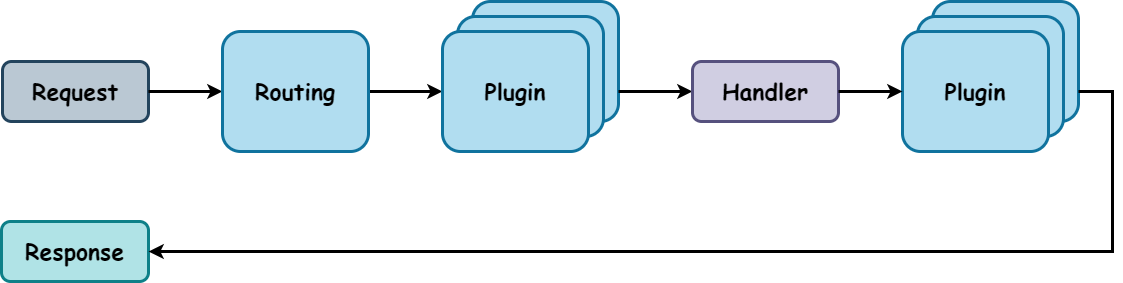
The draw.io diagram docs/imgs/ktor-server-pipeline.png in kresil/experiments, before a commit. Source tidied: cells renumbered, new cells last; positions are measured from the earlier drawing's top-left corner, leaving out a move shared by most shapes. Its diagram source:
```xml
<mxGraphModel>
  <root>
    <mxCell id="0" />
    <mxCell id="1" parent="0" />
    <mxCell id="2" value="&lt;b style=&quot;font-family: &amp;quot;Comic Sans MS&amp;quot;;&quot;&gt;&lt;font style=&quot;font-size: 23px;&quot;&gt;Plugin&lt;/font&gt;&lt;/b&gt;" style="rounded=1;whiteSpace=wrap;html=1;fillColor=#b1ddf0;strokeColor=#10739e;strokeWidth=3;" parent="1" vertex="1">
      <mxGeometry x="471" width="146" height="120" as="geometry" />
    </mxCell>
    <mxCell id="3" value="&lt;b style=&quot;font-family: &amp;quot;Comic Sans MS&amp;quot;;&quot;&gt;&lt;font style=&quot;font-size: 23px;&quot;&gt;Request&lt;/font&gt;&lt;/b&gt;" style="rounded=1;whiteSpace=wrap;html=1;fillColor=#bac8d3;strokeColor=#23445d;strokeWidth=3;" parent="1" vertex="1">
      <mxGeometry x="1" y="60" width="146" height="60" as="geometry" />
    </mxCell>
    <mxCell id="4" value="&lt;b style=&quot;font-family: &amp;quot;Comic Sans MS&amp;quot;;&quot;&gt;&lt;font style=&quot;font-size: 23px;&quot;&gt;Response&lt;/font&gt;&lt;/b&gt;" style="rounded=1;whiteSpace=wrap;html=1;fillColor=#b0e3e6;strokeColor=#0e8088;strokeWidth=3;" parent="1" vertex="1">
      <mxGeometry y="220" width="147" height="60" as="geometry" />
    </mxCell>
    <mxCell id="5" style="endArrow=classic;html=1;rounded=0;exitX=1;exitY=0.5;exitDx=0;exitDy=0;strokeWidth=3;entryX=0;entryY=0.5;entryDx=0;entryDy=0;" parent="1" edge="1" source="3">
      <mxGeometry relative="1" as="geometry">
        <mxPoint x="221" y="90" as="targetPoint" />
      </mxGeometry>
    </mxCell>
    <mxCell id="6" style="endArrow=classic;html=1;rounded=0;exitX=1;exitY=0.5;exitDx=0;exitDy=0;strokeWidth=3;entryX=0;entryY=0.5;entryDx=0;entryDy=0;" parent="1" edge="1" source="16" target="8">
      <mxGeometry relative="1" as="geometry" />
    </mxCell>
    <mxCell id="7" value="&lt;b style=&quot;font-family: &amp;quot;Comic Sans MS&amp;quot;;&quot;&gt;&lt;font style=&quot;font-size: 23px;&quot;&gt;Plugin&lt;/font&gt;&lt;/b&gt;" style="rounded=1;whiteSpace=wrap;html=1;fillColor=#b1ddf0;strokeColor=#10739e;strokeWidth=3;" parent="1" vertex="1">
      <mxGeometry x="456" y="15" width="146" height="120" as="geometry" />
    </mxCell>
    <mxCell id="8" value="&lt;div&gt;&lt;font face=&quot;Comic Sans MS&quot;&gt;&lt;span style=&quot;font-size: 23px;&quot;&gt;&lt;b&gt;Plugin&lt;/b&gt;&lt;/span&gt;&lt;/font&gt;&lt;/div&gt;" style="rounded=1;whiteSpace=wrap;html=1;fillColor=#b1ddf0;strokeColor=#10739e;strokeWidth=3;" parent="1" vertex="1">
      <mxGeometry x="441" y="30" width="146" height="120" as="geometry" />
    </mxCell>
    <mxCell id="9" style="endArrow=classic;html=1;rounded=0;exitX=1;exitY=0.75;exitDx=0;exitDy=0;strokeWidth=3;entryX=0;entryY=0.5;entryDx=0;entryDy=0;" parent="1" edge="1" source="2" target="10">
      <mxGeometry relative="1" as="geometry" />
    </mxCell>
    <mxCell id="10" value="&lt;b style=&quot;font-family: &amp;quot;Comic Sans MS&amp;quot;;&quot;&gt;&lt;font style=&quot;font-size: 23px;&quot;&gt;Handler&lt;/font&gt;&lt;/b&gt;" style="rounded=1;whiteSpace=wrap;html=1;fillColor=#d0cee2;strokeColor=#56517e;strokeWidth=3;" parent="1" vertex="1">
      <mxGeometry x="691" y="60" width="146" height="60" as="geometry" />
    </mxCell>
    <mxCell id="11" value="&lt;b style=&quot;font-family: &amp;quot;Comic Sans MS&amp;quot;;&quot;&gt;&lt;font style=&quot;font-size: 23px;&quot;&gt;Plugin&lt;/font&gt;&lt;/b&gt;" style="rounded=1;whiteSpace=wrap;html=1;fillColor=#b1ddf0;strokeColor=#10739e;strokeWidth=3;" parent="1" vertex="1">
      <mxGeometry x="931" width="146" height="120" as="geometry" />
    </mxCell>
    <mxCell id="12" value="&lt;b style=&quot;font-family: &amp;quot;Comic Sans MS&amp;quot;;&quot;&gt;&lt;font style=&quot;font-size: 23px;&quot;&gt;Plugin&lt;/font&gt;&lt;/b&gt;" style="rounded=1;whiteSpace=wrap;html=1;fillColor=#b1ddf0;strokeColor=#10739e;strokeWidth=3;" parent="1" vertex="1">
      <mxGeometry x="916" y="15" width="146" height="120" as="geometry" />
    </mxCell>
    <mxCell id="13" value="&lt;font face=&quot;Comic Sans MS&quot;&gt;&lt;span style=&quot;font-size: 23px;&quot;&gt;&lt;b&gt;Plugin&lt;/b&gt;&lt;/span&gt;&lt;/font&gt;" style="rounded=1;whiteSpace=wrap;html=1;fillColor=#b1ddf0;strokeColor=#10739e;strokeWidth=3;" parent="1" vertex="1">
      <mxGeometry x="901" y="30" width="146" height="120" as="geometry" />
    </mxCell>
    <mxCell id="14" style="endArrow=classic;html=1;rounded=0;exitX=1;exitY=0.75;exitDx=0;exitDy=0;strokeWidth=3;entryX=1;entryY=0.5;entryDx=0;entryDy=0;edgeStyle=orthogonalEdgeStyle;" parent="1" edge="1" source="11" target="4">
      <mxGeometry relative="1" as="geometry">
        <Array as="points">
          <mxPoint x="1111" y="90" />
          <mxPoint x="1111" y="250" />
        </Array>
      </mxGeometry>
    </mxCell>
    <mxCell id="15" style="endArrow=classic;html=1;rounded=0;exitX=1;exitY=0.5;exitDx=0;exitDy=0;strokeWidth=3;entryX=0;entryY=0.5;entryDx=0;entryDy=0;" parent="1" edge="1" source="10" target="13">
      <mxGeometry relative="1" as="geometry" />
    </mxCell>
    <mxCell id="16" value="&lt;div&gt;&lt;font face=&quot;Comic Sans MS&quot;&gt;&lt;span style=&quot;font-size: 23px;&quot;&gt;&lt;b&gt;Routing&lt;/b&gt;&lt;/span&gt;&lt;/font&gt;&lt;/div&gt;" style="rounded=1;whiteSpace=wrap;html=1;fillColor=#b1ddf0;strokeColor=#10739e;strokeWidth=3;" parent="1" vertex="1">
      <mxGeometry x="221" y="30" width="146" height="120" as="geometry" />
    </mxCell>
  </root>
</mxGraphModel>
```
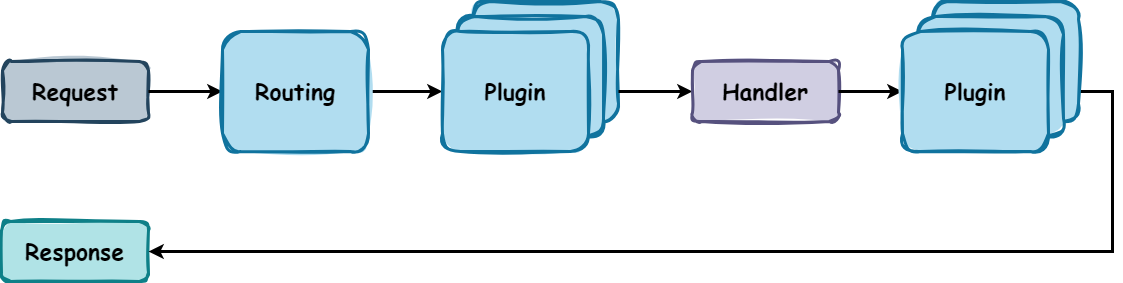
The same file after the commit.

Commit message:
📝 docs(ktor-custom-plugin): updates client pipelines description

Change to the diagram source:
```diff
@@ -2,13 +2,13 @@
   <root>
     <mxCell id="0" />
     <mxCell id="1" parent="0" />
-    <mxCell id="2" value="&lt;b style=&quot;font-family: &amp;quot;Comic Sans MS&amp;quot;;&quot;&gt;&lt;font style=&quot;font-size: 23px;&quot;&gt;Plugin&lt;/font&gt;&lt;/b&gt;" style="rounded=1;whiteSpace=wrap;html=1;fillColor=#b1ddf0;strokeColor=#10739e;strokeWidth=3;" parent="1" vertex="1">
+    <mxCell id="2" value="&lt;b style=&quot;font-family: &amp;quot;Comic Sans MS&amp;quot;;&quot;&gt;&lt;font style=&quot;font-size: 23px;&quot;&gt;Plugin&lt;/font&gt;&lt;/b&gt;" style="rounded=1;whiteSpace=wrap;html=1;fillColor=#b1ddf0;strokeColor=#10739e;strokeWidth=3;fillStyle=solid;sketch=1;curveFitting=1;jiggle=2;" parent="1" vertex="1">
       <mxGeometry x="471" width="146" height="120" as="geometry" />
     </mxCell>
-    <mxCell id="3" value="&lt;b style=&quot;font-family: &amp;quot;Comic Sans MS&amp;quot;;&quot;&gt;&lt;font style=&quot;font-size: 23px;&quot;&gt;Request&lt;/font&gt;&lt;/b&gt;" style="rounded=1;whiteSpace=wrap;html=1;fillColor=#bac8d3;strokeColor=#23445d;strokeWidth=3;" parent="1" vertex="1">
+    <mxCell id="3" value="&lt;b style=&quot;font-family: &amp;quot;Comic Sans MS&amp;quot;;&quot;&gt;&lt;font style=&quot;font-size: 23px;&quot;&gt;Request&lt;/font&gt;&lt;/b&gt;" style="rounded=1;whiteSpace=wrap;html=1;fillColor=#bac8d3;strokeColor=#23445d;strokeWidth=3;fillStyle=solid;sketch=1;curveFitting=1;jiggle=2;" parent="1" vertex="1">
       <mxGeometry x="1" y="60" width="146" height="60" as="geometry" />
     </mxCell>
-    <mxCell id="4" value="&lt;b style=&quot;font-family: &amp;quot;Comic Sans MS&amp;quot;;&quot;&gt;&lt;font style=&quot;font-size: 23px;&quot;&gt;Response&lt;/font&gt;&lt;/b&gt;" style="rounded=1;whiteSpace=wrap;html=1;fillColor=#b0e3e6;strokeColor=#0e8088;strokeWidth=3;" parent="1" vertex="1">
+    <mxCell id="4" value="&lt;b style=&quot;font-family: &amp;quot;Comic Sans MS&amp;quot;;&quot;&gt;&lt;font style=&quot;font-size: 23px;&quot;&gt;Response&lt;/font&gt;&lt;/b&gt;" style="rounded=1;whiteSpace=wrap;html=1;fillColor=#b0e3e6;strokeColor=#0e8088;strokeWidth=3;sketch=1;curveFitting=1;jiggle=2;fillStyle=solid;" parent="1" vertex="1">
       <mxGeometry y="220" width="147" height="60" as="geometry" />
     </mxCell>
     <mxCell id="5" style="endArrow=classic;html=1;rounded=0;exitX=1;exitY=0.5;exitDx=0;exitDy=0;strokeWidth=3;entryX=0;entryY=0.5;entryDx=0;entryDy=0;" parent="1" edge="1" source="3">
@@ -19,28 +19,19 @@
     <mxCell id="6" style="endArrow=classic;html=1;rounded=0;exitX=1;exitY=0.5;exitDx=0;exitDy=0;strokeWidth=3;entryX=0;entryY=0.5;entryDx=0;entryDy=0;" parent="1" edge="1" source="16" target="8">
       <mxGeometry relative="1" as="geometry" />
     </mxCell>
-    <mxCell id="7" value="&lt;b style=&quot;font-family: &amp;quot;Comic Sans MS&amp;quot;;&quot;&gt;&lt;font style=&quot;font-size: 23px;&quot;&gt;Plugin&lt;/font&gt;&lt;/b&gt;" style="rounded=1;whiteSpace=wrap;html=1;fillColor=#b1ddf0;strokeColor=#10739e;strokeWidth=3;" parent="1" vertex="1">
+    <mxCell id="7" value="&lt;b style=&quot;font-family: &amp;quot;Comic Sans MS&amp;quot;;&quot;&gt;&lt;font style=&quot;font-size: 23px;&quot;&gt;Plugin&lt;/font&gt;&lt;/b&gt;" style="rounded=1;whiteSpace=wrap;html=1;fillColor=#b1ddf0;strokeColor=#10739e;strokeWidth=3;fillStyle=solid;sketch=1;curveFitting=1;jiggle=2;" parent="1" vertex="1">
       <mxGeometry x="456" y="15" width="146" height="120" as="geometry" />
     </mxCell>
-    <mxCell id="8" value="&lt;div&gt;&lt;font face=&quot;Comic Sans MS&quot;&gt;&lt;span style=&quot;font-size: 23px;&quot;&gt;&lt;b&gt;Plugin&lt;/b&gt;&lt;/span&gt;&lt;/font&gt;&lt;/div&gt;" style="rounded=1;whiteSpace=wrap;html=1;fillColor=#b1ddf0;strokeColor=#10739e;strokeWidth=3;" parent="1" vertex="1">
+    <mxCell id="8" value="&lt;div&gt;&lt;font face=&quot;Comic Sans MS&quot;&gt;&lt;span style=&quot;font-size: 23px;&quot;&gt;&lt;b&gt;Plugin&lt;/b&gt;&lt;/span&gt;&lt;/font&gt;&lt;/div&gt;" style="rounded=1;whiteSpace=wrap;html=1;fillColor=#b1ddf0;strokeColor=#10739e;strokeWidth=3;fillStyle=solid;sketch=1;curveFitting=1;jiggle=2;" parent="1" vertex="1">
       <mxGeometry x="441" y="30" width="146" height="120" as="geometry" />
     </mxCell>
     <mxCell id="9" style="endArrow=classic;html=1;rounded=0;exitX=1;exitY=0.75;exitDx=0;exitDy=0;strokeWidth=3;entryX=0;entryY=0.5;entryDx=0;entryDy=0;" parent="1" edge="1" source="2" target="10">
       <mxGeometry relative="1" as="geometry" />
     </mxCell>
-    <mxCell id="10" value="&lt;b style=&quot;font-family: &amp;quot;Comic Sans MS&amp;quot;;&quot;&gt;&lt;font style=&quot;font-size: 23px;&quot;&gt;Handler&lt;/font&gt;&lt;/b&gt;" style="rounded=1;whiteSpace=wrap;html=1;fillColor=#d0cee2;strokeColor=#56517e;strokeWidth=3;" parent="1" vertex="1">
+    <mxCell id="10" value="&lt;b style=&quot;font-family: &amp;quot;Comic Sans MS&amp;quot;;&quot;&gt;&lt;font style=&quot;font-size: 23px;&quot;&gt;Handler&lt;/font&gt;&lt;/b&gt;" style="rounded=1;whiteSpace=wrap;html=1;fillColor=#d0cee2;strokeColor=#56517e;strokeWidth=3;sketch=1;curveFitting=1;jiggle=2;fillStyle=solid;" parent="1" vertex="1">
       <mxGeometry x="691" y="60" width="146" height="60" as="geometry" />
     </mxCell>
-    <mxCell id="11" value="&lt;b style=&quot;font-family: &amp;quot;Comic Sans MS&amp;quot;;&quot;&gt;&lt;font style=&quot;font-size: 23px;&quot;&gt;Plugin&lt;/font&gt;&lt;/b&gt;" style="rounded=1;whiteSpace=wrap;html=1;fillColor=#b1ddf0;strokeColor=#10739e;strokeWidth=3;" parent="1" vertex="1">
-      <mxGeometry x="931" width="146" height="120" as="geometry" />
-    </mxCell>
-    <mxCell id="12" value="&lt;b style=&quot;font-family: &amp;quot;Comic Sans MS&amp;quot;;&quot;&gt;&lt;font style=&quot;font-size: 23px;&quot;&gt;Plugin&lt;/font&gt;&lt;/b&gt;" style="rounded=1;whiteSpace=wrap;html=1;fillColor=#b1ddf0;strokeColor=#10739e;strokeWidth=3;" parent="1" vertex="1">
-      <mxGeometry x="916" y="15" width="146" height="120" as="geometry" />
-    </mxCell>
-    <mxCell id="13" value="&lt;font face=&quot;Comic Sans MS&quot;&gt;&lt;span style=&quot;font-size: 23px;&quot;&gt;&lt;b&gt;Plugin&lt;/b&gt;&lt;/span&gt;&lt;/font&gt;" style="rounded=1;whiteSpace=wrap;html=1;fillColor=#b1ddf0;strokeColor=#10739e;strokeWidth=3;" parent="1" vertex="1">
-      <mxGeometry x="901" y="30" width="146" height="120" as="geometry" />
-    </mxCell>
-    <mxCell id="14" style="endArrow=classic;html=1;rounded=0;exitX=1;exitY=0.75;exitDx=0;exitDy=0;strokeWidth=3;entryX=1;entryY=0.5;entryDx=0;entryDy=0;edgeStyle=orthogonalEdgeStyle;" parent="1" edge="1" source="11" target="4">
+    <mxCell id="14" style="endArrow=classic;html=1;rounded=0;strokeWidth=3;entryX=1;entryY=0.5;entryDx=0;entryDy=0;edgeStyle=orthogonalEdgeStyle;exitX=1;exitY=0.75;exitDx=0;exitDy=0;" parent="1" edge="1" source="17" target="4">
       <mxGeometry relative="1" as="geometry">
         <Array as="points">
           <mxPoint x="1111" y="90" />
@@ -48,11 +39,20 @@
         </Array>
       </mxGeometry>
     </mxCell>
-    <mxCell id="15" style="endArrow=classic;html=1;rounded=0;exitX=1;exitY=0.5;exitDx=0;exitDy=0;strokeWidth=3;entryX=0;entryY=0.5;entryDx=0;entryDy=0;" parent="1" edge="1" source="10" target="13">
+    <mxCell id="15" style="endArrow=classic;html=1;rounded=0;exitX=1;exitY=0.5;exitDx=0;exitDy=0;strokeWidth=3;entryX=0;entryY=0.5;entryDx=0;entryDy=0;" parent="1" edge="1" source="10" target="19">
       <mxGeometry relative="1" as="geometry" />
     </mxCell>
-    <mxCell id="16" value="&lt;div&gt;&lt;font face=&quot;Comic Sans MS&quot;&gt;&lt;span style=&quot;font-size: 23px;&quot;&gt;&lt;b&gt;Routing&lt;/b&gt;&lt;/span&gt;&lt;/font&gt;&lt;/div&gt;" style="rounded=1;whiteSpace=wrap;html=1;fillColor=#b1ddf0;strokeColor=#10739e;strokeWidth=3;" parent="1" vertex="1">
+    <mxCell id="16" value="&lt;div&gt;&lt;font face=&quot;Comic Sans MS&quot;&gt;&lt;span style=&quot;font-size: 23px;&quot;&gt;&lt;b&gt;Routing&lt;/b&gt;&lt;/span&gt;&lt;/font&gt;&lt;/div&gt;" style="rounded=1;whiteSpace=wrap;html=1;fillColor=#b1ddf0;strokeColor=#10739e;strokeWidth=3;fillStyle=solid;sketch=1;curveFitting=1;jiggle=2;" parent="1" vertex="1">
       <mxGeometry x="221" y="30" width="146" height="120" as="geometry" />
     </mxCell>
+    <mxCell id="17" value="&lt;b style=&quot;font-family: &amp;quot;Comic Sans MS&amp;quot;;&quot;&gt;&lt;font style=&quot;font-size: 23px;&quot;&gt;Plugin&lt;/font&gt;&lt;/b&gt;" style="rounded=1;whiteSpace=wrap;html=1;fillColor=#b1ddf0;strokeColor=#10739e;strokeWidth=3;fillStyle=solid;sketch=1;curveFitting=1;jiggle=2;" parent="1" vertex="1">
+      <mxGeometry x="931" width="146" height="120" as="geometry" />
+    </mxCell>
+    <mxCell id="18" value="&lt;b style=&quot;font-family: &amp;quot;Comic Sans MS&amp;quot;;&quot;&gt;&lt;font style=&quot;font-size: 23px;&quot;&gt;Plugin&lt;/font&gt;&lt;/b&gt;" style="rounded=1;whiteSpace=wrap;html=1;fillColor=#b1ddf0;strokeColor=#10739e;strokeWidth=3;fillStyle=solid;sketch=1;curveFitting=1;jiggle=2;" parent="1" vertex="1">
+      <mxGeometry x="916" y="15" width="146" height="120" as="geometry" />
+    </mxCell>
+    <mxCell id="19" value="&lt;div&gt;&lt;font face=&quot;Comic Sans MS&quot;&gt;&lt;span style=&quot;font-size: 23px;&quot;&gt;&lt;b&gt;Plugin&lt;/b&gt;&lt;/span&gt;&lt;/font&gt;&lt;/div&gt;" style="rounded=1;whiteSpace=wrap;html=1;fillColor=#b1ddf0;strokeColor=#10739e;strokeWidth=3;fillStyle=solid;sketch=1;curveFitting=1;jiggle=2;" parent="1" vertex="1">
+      <mxGeometry x="901" y="30" width="146" height="120" as="geometry" />
+    </mxCell>
   </root>
 </mxGraphModel>
```
